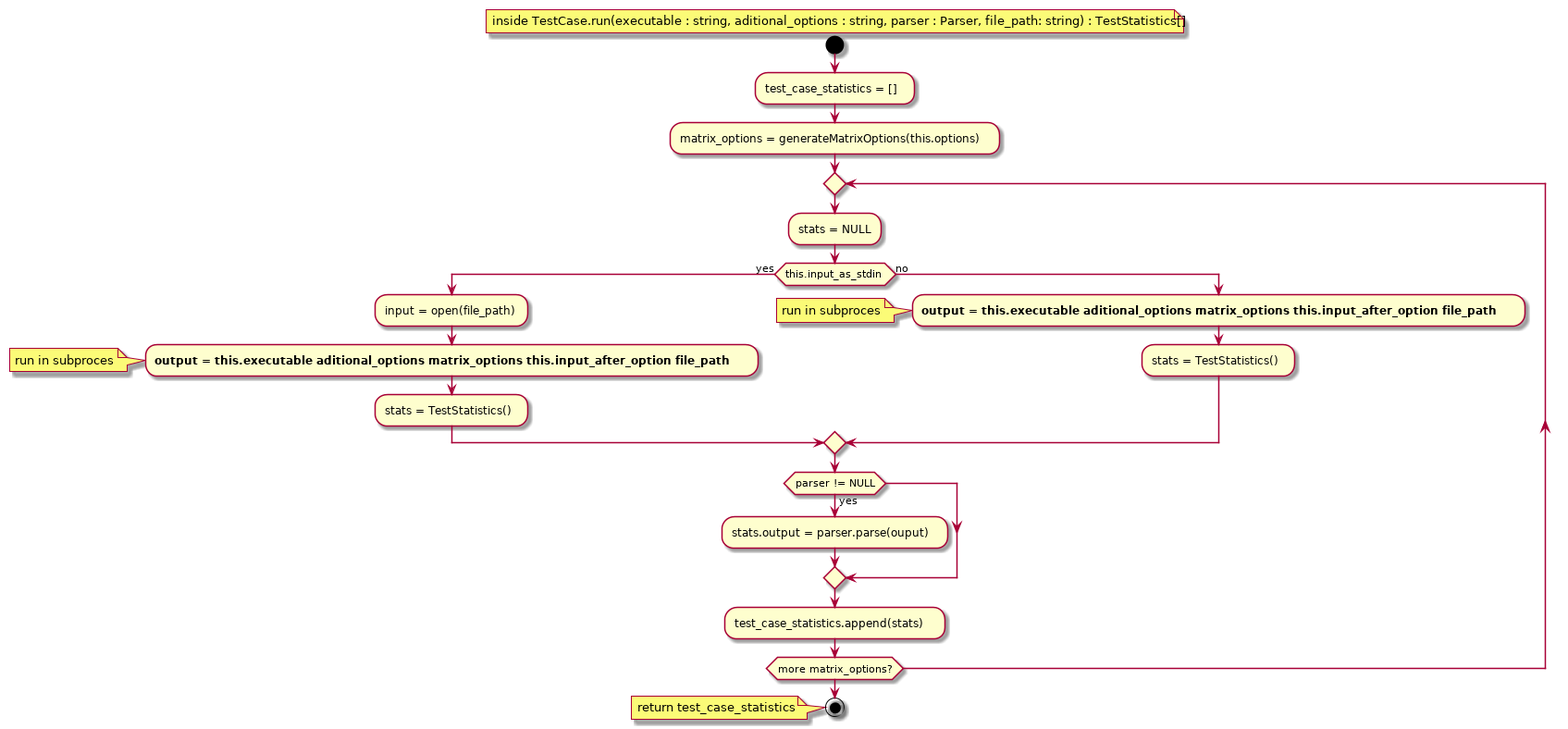
The PlantUML diagram benchmark/activity_diagrams/test_case_run.png in Mateusz-Grzelinski/set-research-documentation, before a commit. The source it was exported from:
```plantuml
@startuml
floating note: inside TestCase.run(executable : string, aditional_options : string, parser : Parser, file_path: string) : TestStatistics[]
start


:test_case_statistics = [];
:matrix_options = generateMatrixOptions(this.options);
repeat
:stats = NULL;
if (this.input_as_stdin) then (yes)
  :input = open(file_path);
  :<b>output = this.executable aditional_options matrix_options this.input_after_option file_path</b>;
  note: run in subproces
  :stats = TestStatistics();
else (no)
  :<b>output = this.executable aditional_options matrix_options this.input_after_option file_path</b>;
  note: run in subproces
  :stats = TestStatistics();
endif

if (parser != NULL) then (yes)
  :stats.output = parser.parse(ouput);
endif
:test_case_statistics.append(stats);
repeat while (more matrix_options?)

stop
note: return test_case_statistics

@enduml
```
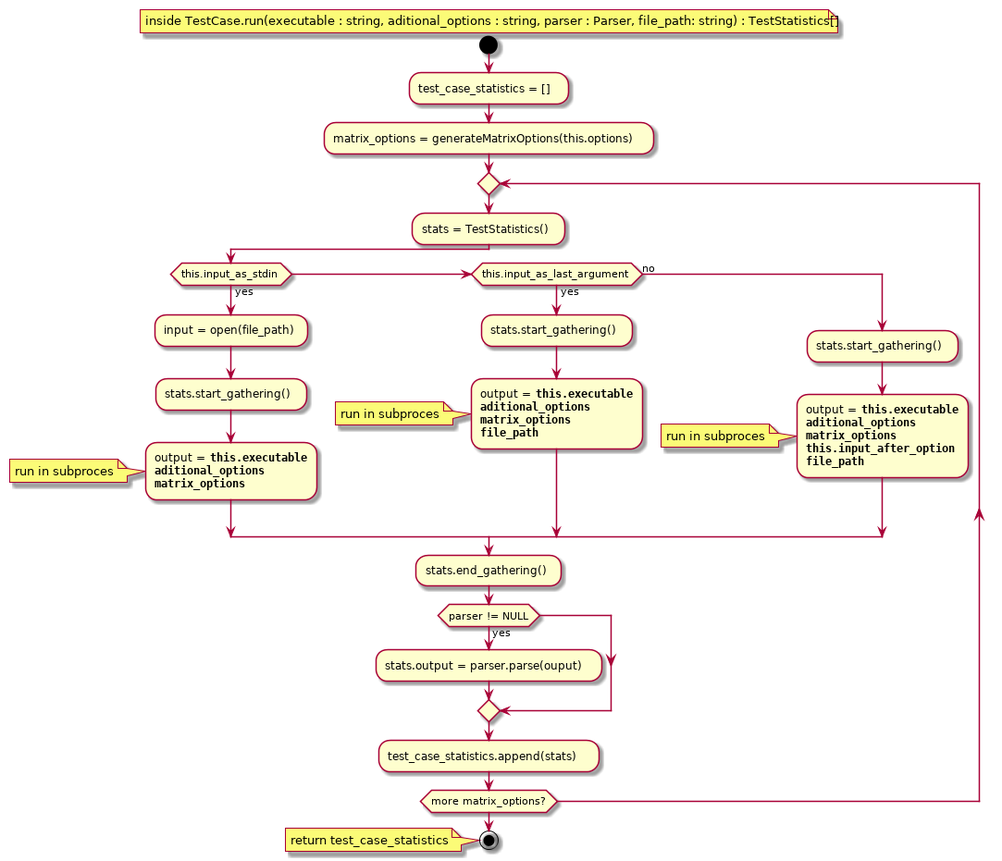
After the commit.

What changed in the source:
```diff
@@ -2,21 +2,34 @@
 floating note: inside TestCase.run(executable : string, aditional_options : string, parser : Parser, file_path: string) : TestStatistics[]
 start
 
-
 :test_case_statistics = [];
 :matrix_options = generateMatrixOptions(this.options);
 repeat
-:stats = NULL;
+:stats = TestStatistics();
 if (this.input_as_stdin) then (yes)
   :input = open(file_path);
-  :<b>output = this.executable aditional_options matrix_options this.input_after_option file_path</b>;
+  :stats.start_gathering();
+  :output = <b>""this.executable""
+  <b>""aditional_options""
+  <b>""matrix_options"";
   note: run in subproces
-  :stats = TestStatistics();
+elseif (this.input_as_last_argument) then (yes)
+  :stats.start_gathering();
+  :output = <b>""this.executable""
+  <b>""aditional_options""
+  <b>""matrix_options""
+  <b>""file_path"";
+  note: run in subproces
 else (no)
-  :<b>output = this.executable aditional_options matrix_options this.input_after_option file_path</b>;
+  :stats.start_gathering();
+  :output = <b>""this.executable""
+  <b>""aditional_options""
+  <b>""matrix_options""
+  <b>""this.input_after_option""
+  <b>""file_path"";
   note: run in subproces
-  :stats = TestStatistics();
 endif
+:stats.end_gathering();
 
 if (parser != NULL) then (yes)
   :stats.output = parser.parse(ouput);
```
